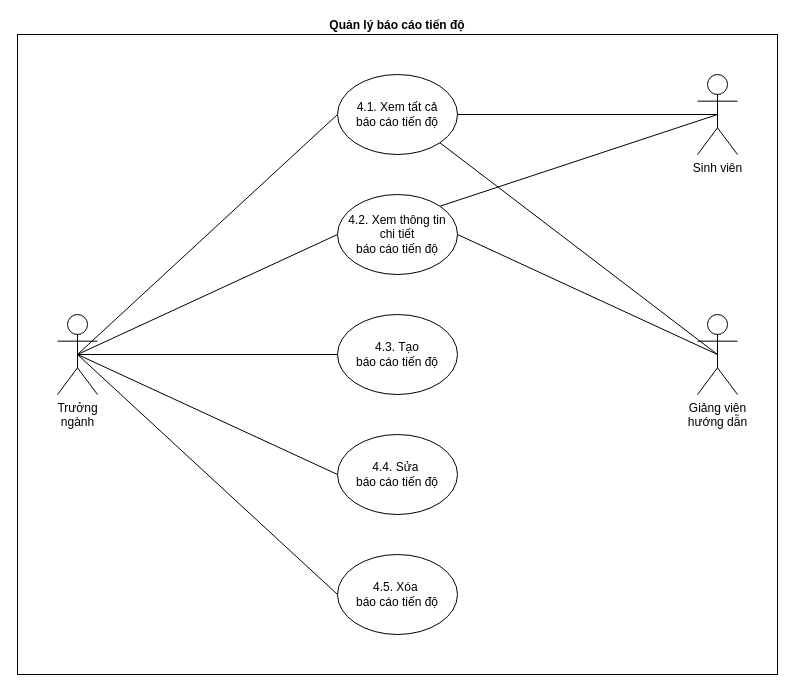
Earlier version of the draw.io diagram page "Quản lý lịch báo cáo tiến độ" (4 of 13) of docs/diagrams/usecase.drawio (doonpy/grasis). Source tidied: cells renumbered, new cells numbered last; positions are measured from the earlier drawing's top-left corner, leaving out a move shared by most shapes. Both pictures are drawn from the tidied source at 100%, with x=0, y=0 at pixel (17, 34).
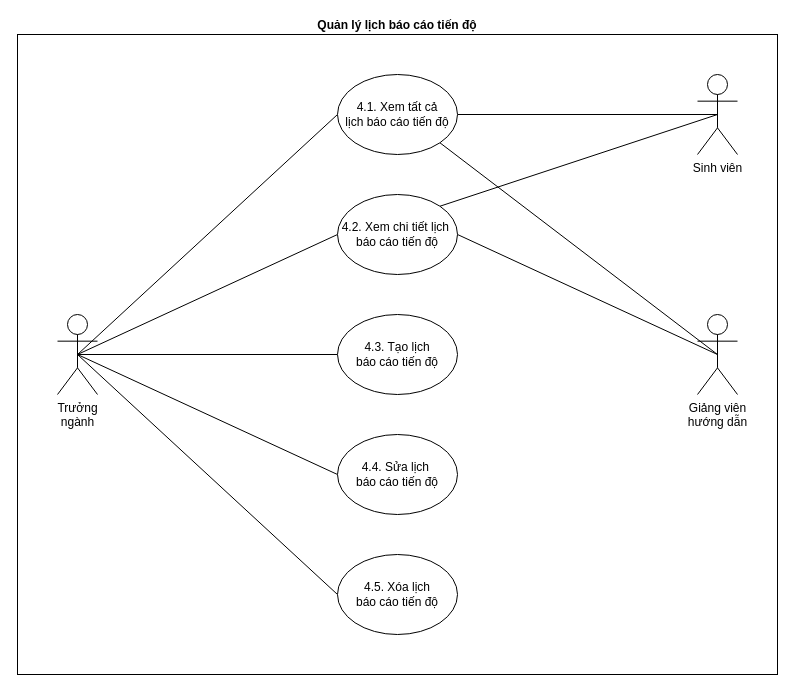
The same page after the edit.

What changed in the source:
```diff
@@
 <mxGraphModel>
   <root>
     <mxCell id="0" />
     <mxCell id="1" parent="0" />
-    <mxCell id="2" value="Quản lý báo cáo tiến độ" style="whiteSpace=wrap;html=1;align=center;labelPosition=center;verticalLabelPosition=top;verticalAlign=bottom;fontStyle=1;" parent="1" vertex="1">
+    <mxCell id="2" value="Quản lý lịch báo cáo tiến độ" style="whiteSpace=wrap;html=1;align=center;labelPosition=center;verticalLabelPosition=top;verticalAlign=bottom;fontStyle=1;" parent="1" vertex="1">
       <mxGeometry width="760" height="640" as="geometry" />
     </mxCell>
     <mxCell id="3" style="edgeStyle=none;rounded=0;jettySize=auto;html=1;exitX=0.5;exitY=0.5;exitDx=0;exitDy=0;exitPerimeter=0;entryX=0;entryY=0.5;entryDx=0;entryDy=0;endArrow=none;endFill=0;" parent="1" edge="1" source="7" target="16">
       <mxGeometry relative="1" as="geometry" />
     </mxCell>
     <mxCell id="4" style="edgeStyle=none;rounded=0;jettySize=auto;html=1;exitX=0.5;exitY=0.5;exitDx=0;exitDy=0;exitPerimeter=0;entryX=0;entryY=0.5;entryDx=0;entryDy=0;endArrow=none;endFill=0;" parent="1" edge="1" source="7" target="17">
       <mxGeometry relative="1" as="geometry" />
     </mxCell>
     <mxCell id="5" style="edgeStyle=none;rounded=0;jettySize=auto;html=1;exitX=0.5;exitY=0.5;exitDx=0;exitDy=0;exitPerimeter=0;entryX=0;entryY=0.5;entryDx=0;entryDy=0;endArrow=none;endFill=0;" parent="1" edge="1" source="7" target="18">
       <mxGeometry relative="1" as="geometry" />
     </mxCell>
     <mxCell id="6" style="edgeStyle=none;rounded=0;jettySize=auto;html=1;exitX=0.5;exitY=0.5;exitDx=0;exitDy=0;exitPerimeter=0;entryX=0;entryY=0.5;entryDx=0;entryDy=0;endArrow=none;endFill=0;" parent="1" edge="1" source="7" target="19">
       <mxGeometry relative="1" as="geometry" />
     </mxCell>
     <mxCell id="7" value="Trưởng&lt;br&gt;ngành" style="shape=umlActor;verticalLabelPosition=bottom;verticalAlign=top;html=1;outlineConnect=0;" parent="1" vertex="1">
       <mxGeometry x="40" y="280" width="40" height="80" as="geometry" />
     </mxCell>
     <mxCell id="8" value="Sinh viên" style="shape=umlActor;verticalLabelPosition=bottom;verticalAlign=top;html=1;outlineConnect=0;" parent="1" vertex="1">
       <mxGeometry x="680" y="40" width="40" height="80" as="geometry" />
     </mxCell>
     <mxCell id="9" style="edgeStyle=none;rounded=0;jettySize=auto;html=1;exitX=0.5;exitY=0.5;exitDx=0;exitDy=0;exitPerimeter=0;entryX=1;entryY=1;entryDx=0;entryDy=0;endArrow=none;endFill=0;" parent="1" edge="1" source="10" target="13">
       <mxGeometry relative="1" as="geometry" />
     </mxCell>
     <mxCell id="10" value="Giảng viên&lt;br&gt;hướng dẫn" style="shape=umlActor;verticalLabelPosition=bottom;verticalAlign=top;html=1;outlineConnect=0;" parent="1" vertex="1">
       <mxGeometry x="680" y="280" width="40" height="80" as="geometry" />
     </mxCell>
     <mxCell id="11" style="edgeStyle=none;rounded=0;jettySize=auto;html=1;exitX=0;exitY=0.5;exitDx=0;exitDy=0;entryX=0.5;entryY=0.5;entryDx=0;entryDy=0;entryPerimeter=0;endArrow=none;endFill=0;" parent="1" edge="1" source="13" target="7">
       <mxGeometry relative="1" as="geometry" />
     </mxCell>
     <mxCell id="12" style="edgeStyle=none;rounded=0;jettySize=auto;html=1;exitX=1;exitY=0.5;exitDx=0;exitDy=0;entryX=0.5;entryY=0.5;entryDx=0;entryDy=0;entryPerimeter=0;endArrow=none;endFill=0;" parent="1" edge="1" source="13" target="8">
       <mxGeometry relative="1" as="geometry" />
     </mxCell>
-    <mxCell id="13" value="4.1. Xem tất cả&lt;br&gt;báo cáo tiến độ" style="ellipse;whiteSpace=wrap;html=1;" parent="1" vertex="1">
+    <mxCell id="13" value="4.1. Xem tất cả&lt;br&gt;lịch&amp;nbsp;báo cáo tiến độ" style="ellipse;whiteSpace=wrap;html=1;" parent="1" vertex="1">
       <mxGeometry x="320" y="40" width="120" height="80" as="geometry" />
     </mxCell>
     <mxCell id="14" style="edgeStyle=none;rounded=0;jettySize=auto;html=1;exitX=1;exitY=0.5;exitDx=0;exitDy=0;entryX=0.5;entryY=0.5;entryDx=0;entryDy=0;entryPerimeter=0;endArrow=none;endFill=0;" parent="1" edge="1" source="16" target="10">
       <mxGeometry relative="1" as="geometry" />
     </mxCell>
     <mxCell id="15" style="edgeStyle=none;rounded=0;jettySize=auto;html=1;exitX=1;exitY=0;exitDx=0;exitDy=0;entryX=0.5;entryY=0.5;entryDx=0;entryDy=0;entryPerimeter=0;endArrow=none;endFill=0;" parent="1" edge="1" source="16" target="8">
       <mxGeometry relative="1" as="geometry" />
     </mxCell>
-    <mxCell id="16" value="4.2. Xem thông tin&lt;br&gt;chi tiết &lt;br&gt;báo cáo tiến độ" style="ellipse;whiteSpace=wrap;html=1;" parent="1" vertex="1">
+    <mxCell id="16" value="4.2. Xem chi tiết lịch&amp;nbsp;&lt;br&gt;báo cáo tiến độ" style="ellipse;whiteSpace=wrap;html=1;" parent="1" vertex="1">
       <mxGeometry x="320" y="160" width="120" height="80" as="geometry" />
     </mxCell>
-    <mxCell id="17" value="4.3. Tạo&lt;br&gt;báo cáo tiến độ" style="ellipse;whiteSpace=wrap;html=1;" parent="1" vertex="1">
+    <mxCell id="17" value="4.3. Tạo lịch&lt;br&gt;báo cáo tiến độ" style="ellipse;whiteSpace=wrap;html=1;" parent="1" vertex="1">
       <mxGeometry x="320" y="280" width="120" height="80" as="geometry" />
     </mxCell>
-    <mxCell id="18" value="4.4. Sửa&amp;nbsp;&lt;br&gt;báo cáo tiến độ" style="ellipse;whiteSpace=wrap;html=1;" parent="1" vertex="1">
+    <mxCell id="18" value="4.4. Sửa lịch&amp;nbsp;&lt;br&gt;báo cáo tiến độ" style="ellipse;whiteSpace=wrap;html=1;" parent="1" vertex="1">
       <mxGeometry x="320" y="400" width="120" height="80" as="geometry" />
     </mxCell>
-    <mxCell id="19" value="4.5. Xóa&amp;nbsp;&lt;br&gt;báo cáo tiến độ" style="ellipse;whiteSpace=wrap;html=1;" parent="1" vertex="1">
+    <mxCell id="19" value="4.5. Xóa lịch&lt;br&gt;báo cáo tiến độ" style="ellipse;whiteSpace=wrap;html=1;" parent="1" vertex="1">
       <mxGeometry x="320" y="520" width="120" height="80" as="geometry" />
     </mxCell>
   </root>
 </mxGraphModel>
```
